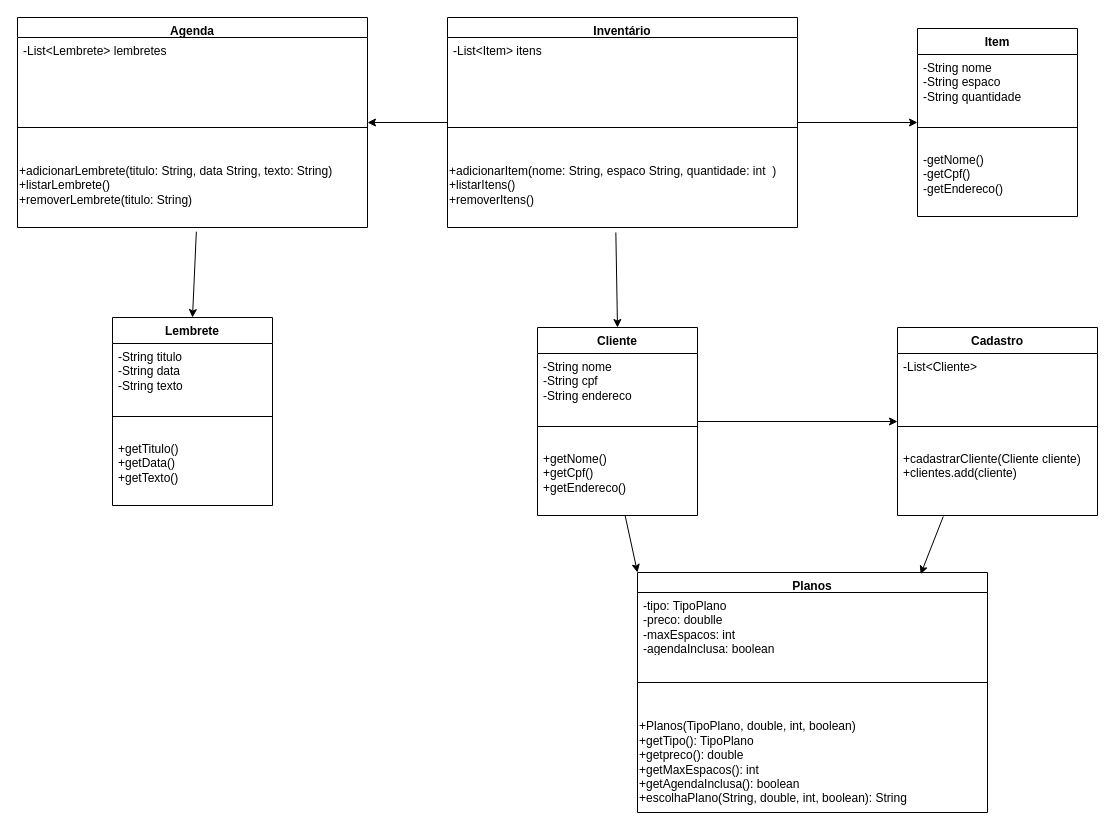
This is Engenharia de Software/Inventário/src/Inventario/resources/ClassesInventário.drawio from YanYamim/Bertot, a draw.io file, before an edit. Source tidied: cells renumbered, new cells numbered last; positions are measured from the earlier drawing's top-left corner, leaving out a move shared by most shapes. Both pictures are drawn from the tidied source at 100%, with x=0, y=0 at pixel (17, 17).
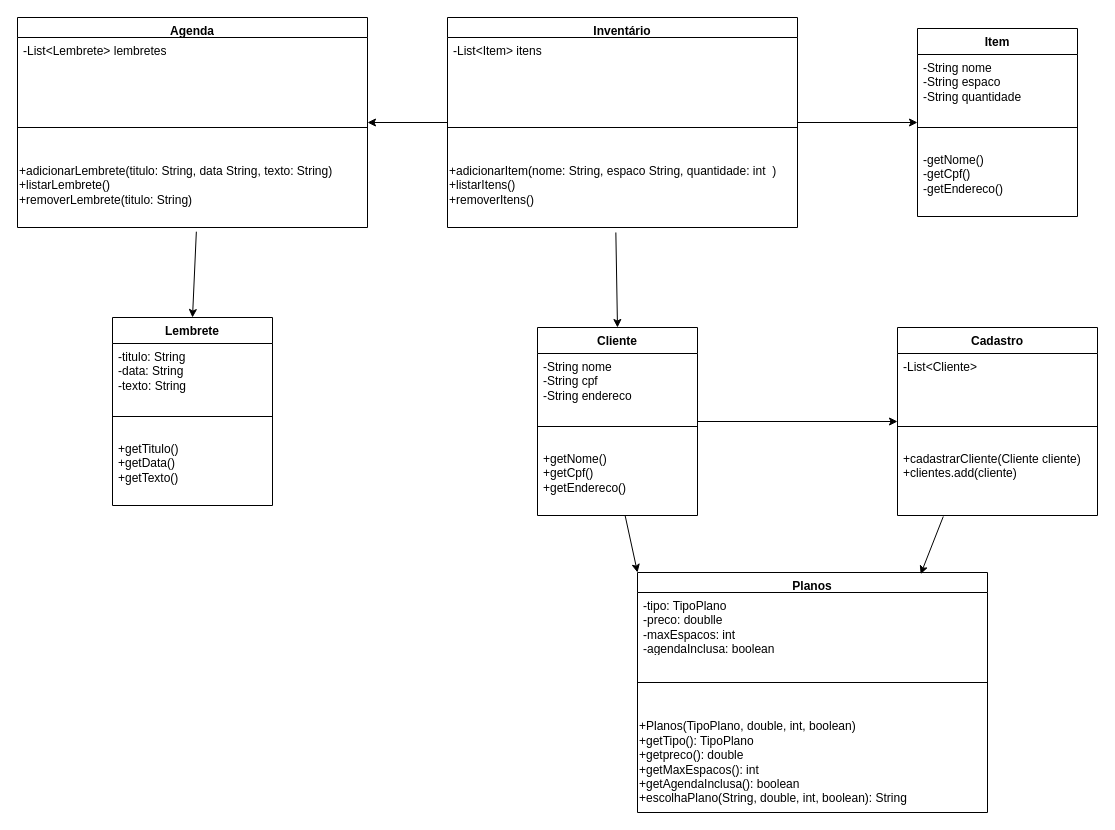
The same page after the edit.

The change refers to these unchanged cells:
```xml
<mxCell id="26" value="Lembrete" style="swimlane;fontStyle=1;align=center;verticalAlign=top;horizontal=1;startSize=26;whiteSpace=wrap;html=1;" parent="1" vertex="1">
  <mxGeometry x="95" y="300" width="160" height="188" as="geometry" />
</mxCell>
```

The edit, as a diff of the source:
```diff
@@
-    <mxCell id="27" value="-String titulo&lt;br&gt;-String data&lt;div&gt;-String texto&lt;/div&gt;" style="text;strokeColor=none;fillColor=none;align=left;verticalAlign=top;spacingLeft=4;spacingRight=4;overflow=hidden;whiteSpace=wrap;html=1;" parent="26" vertex="1">
+    <mxCell id="27" value="-titulo: String&lt;br&gt;-data: String&lt;div&gt;-texto: String&lt;/div&gt;" style="text;strokeColor=none;fillColor=none;align=left;verticalAlign=top;spacingLeft=4;spacingRight=4;overflow=hidden;whiteSpace=wrap;html=1;" parent="26" vertex="1">
       <mxGeometry y="26" width="160" height="54" as="geometry" />
     </mxCell>
```
